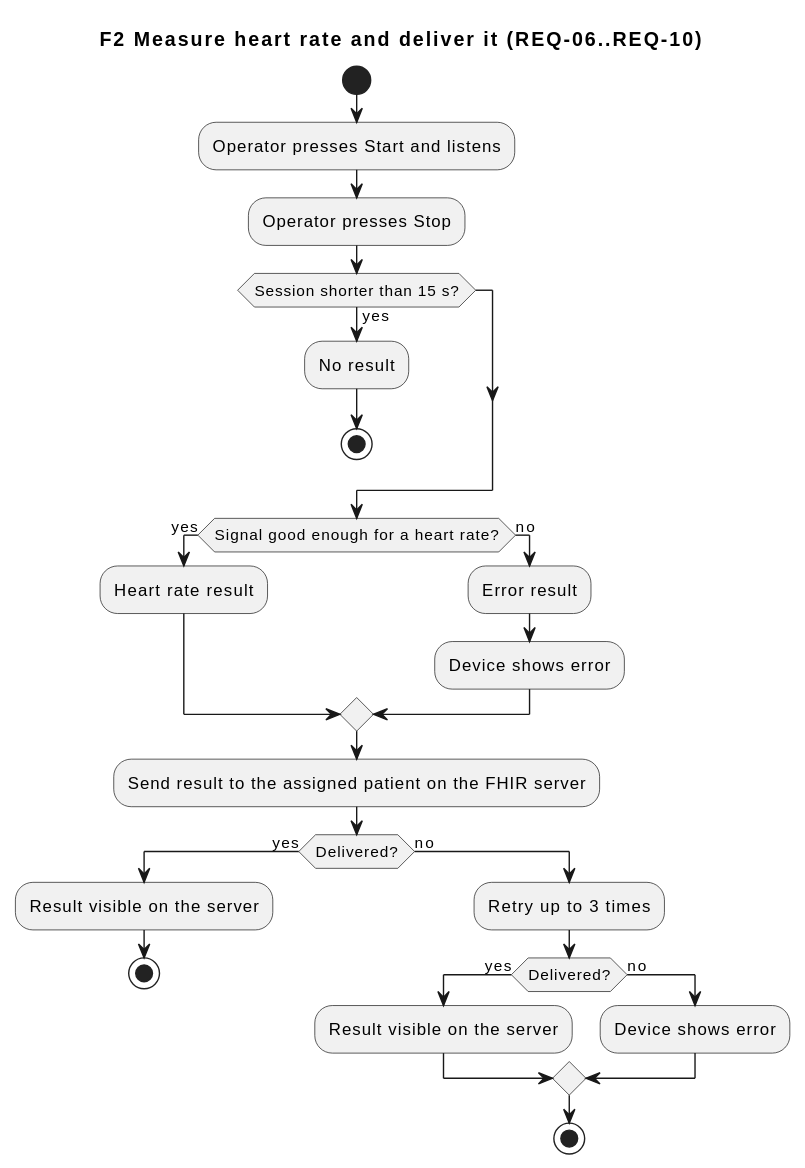
Above: Development/system/requirements/use-cases/rendered/uc_02_measure_and_deliver.svg in DemonicPsychoII/DigitalStethoscope (PlantUML), before the change. Its diagram source:
```plantuml
@startuml
skinparam shadowing false
skinparam defaultFontName SansSerif
title F2 Measure heart rate and deliver it (REQ-06..REQ-10)
start
:Operator presses Start and listens;
:Operator presses Stop;
if (Session shorter than 15 s?) then (yes)
 :No result;
 stop
endif
if (Signal good enough for a heart rate?) then (yes)
 :Heart rate result;
else (no)
 :Error result;
 :Device shows error;
endif
:Send result to the assigned patient on the FHIR server;
if (Delivered?) then (yes)
 :Result visible on the server;
 stop
else (no)
 :Retry up to 3 times;
 if (Delivered?) then (yes)
  :Result visible on the server;
 else (no)
  :Device shows error;
 endif
 stop
endif
@enduml
```
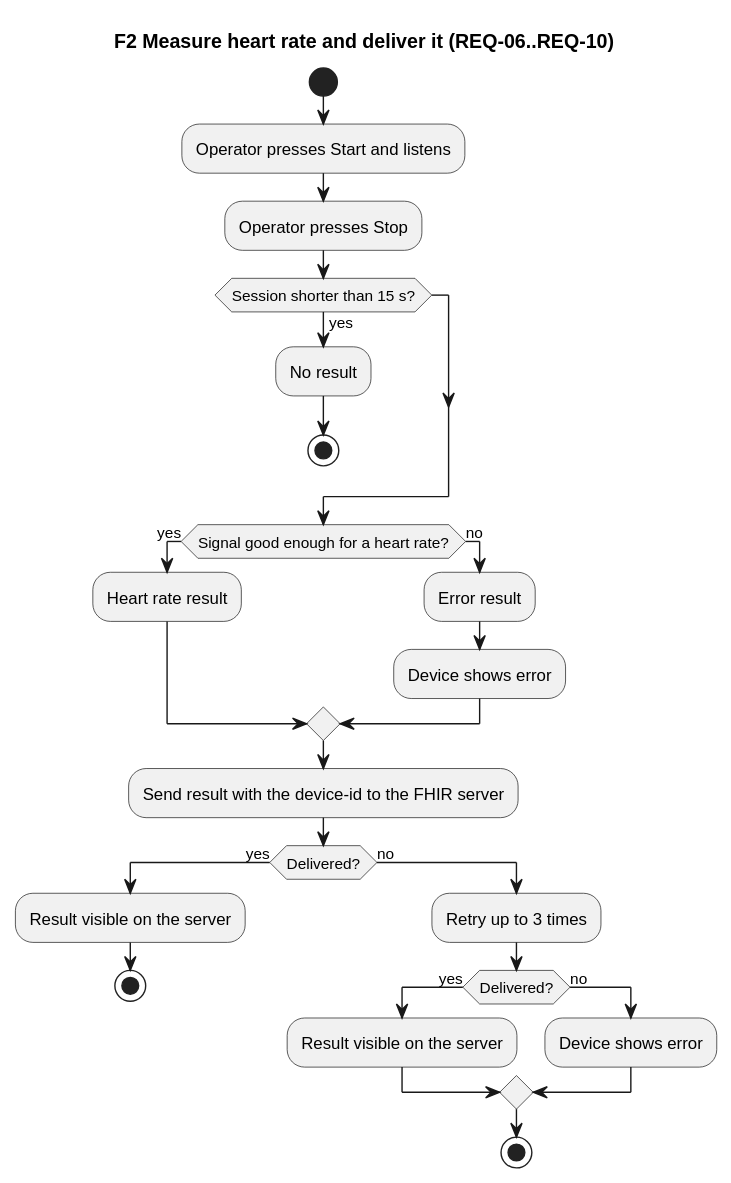
Later version of the same file.

The edit, as a diff of the source:
```diff
@@ -15,7 +15,7 @@
  :Error result;
  :Device shows error;
 endif
-:Send result to the assigned patient on the FHIR server;
+:Send result with the device-id to the FHIR server;
 if (Delivered?) then (yes)
  :Result visible on the server;
  stop
```
